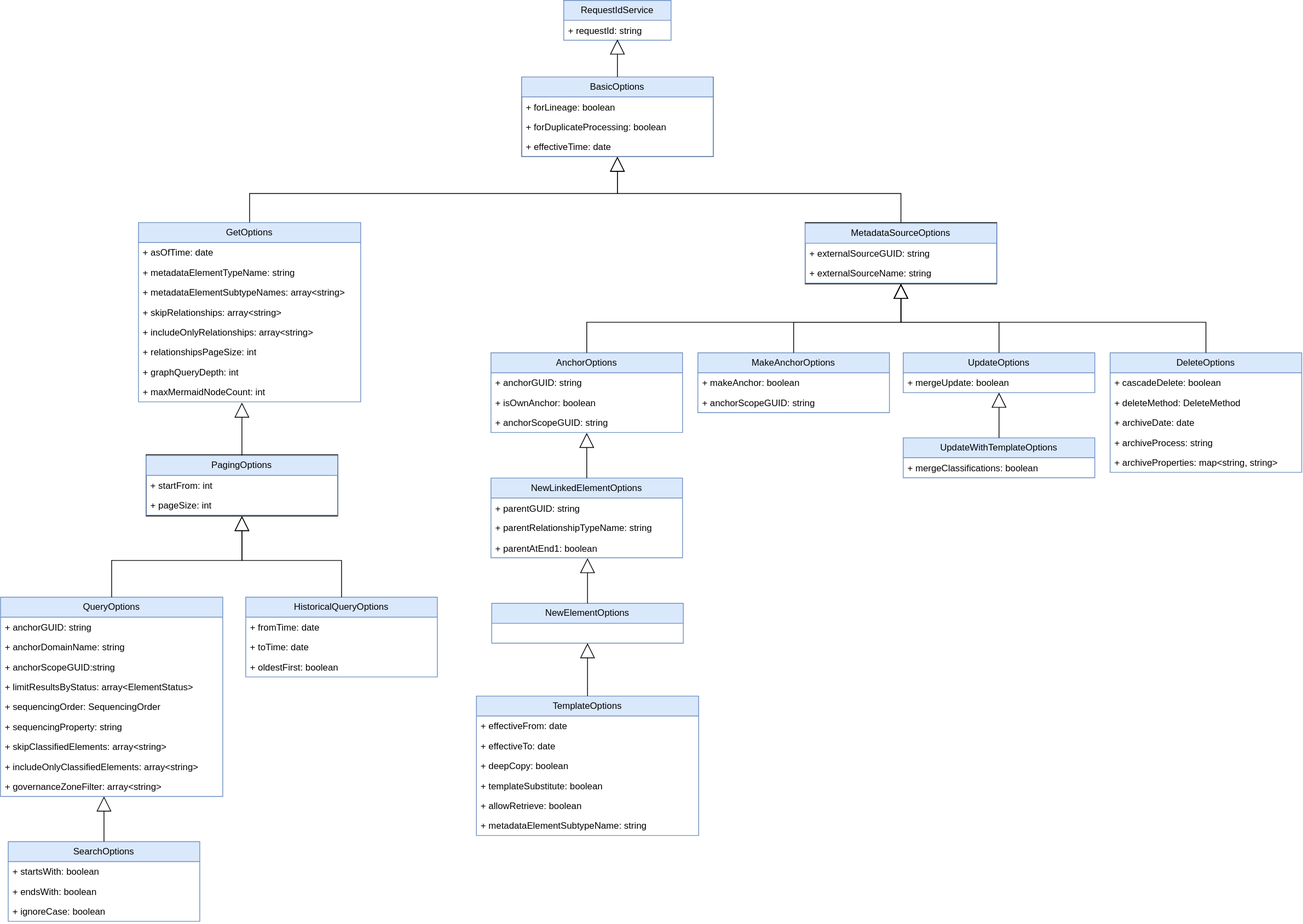
The draw.io diagram site/docs/services/omvs/api-options.svg in odpi/egeria-docs, before a commit. Source tidied: cells renumbered, new cells last; positions are measured from the earlier drawing's top-left corner, leaving out a move shared by most shapes.
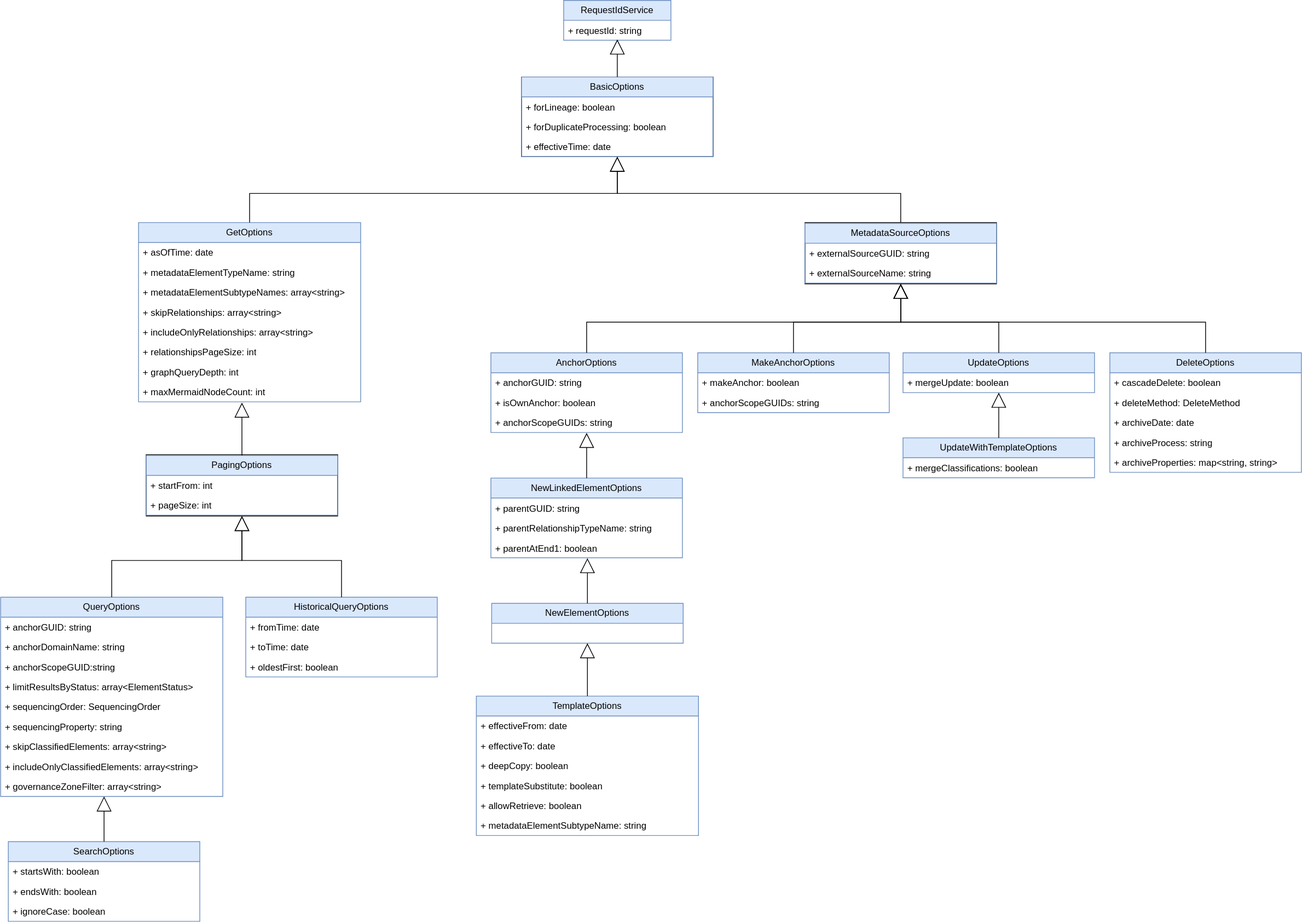
Later version of the same file.

Change to the diagram source:
```diff
@@ -38,7 +38,7 @@
     <mxCell id="13" value="+ isOwnAnchor: boolean" style="text;strokeColor=none;fillColor=none;align=left;verticalAlign=top;spacingLeft=4;spacingRight=4;overflow=hidden;whiteSpace=wrap;html=1;" parent="11" vertex="1">
       <mxGeometry y="52" width="250" height="26" as="geometry" />
     </mxCell>
-    <mxCell id="14" value="+ anchorScopeGUID: string" style="text;strokeColor=none;fillColor=none;align=left;verticalAlign=top;spacingLeft=4;spacingRight=4;overflow=hidden;whiteSpace=wrap;html=1;" parent="11" vertex="1">
+    <mxCell id="14" value="+ anchorScopeGUIDs: string" style="text;strokeColor=none;fillColor=none;align=left;verticalAlign=top;spacingLeft=4;spacingRight=4;overflow=hidden;whiteSpace=wrap;html=1;" parent="11" vertex="1">
       <mxGeometry y="78" width="250" height="26" as="geometry" />
     </mxCell>
     <mxCell id="15" style="edgeStyle=orthogonalEdgeStyle;rounded=0;jettySize=auto;html=1;entryX=0.5;entryY=1;entryDx=0;entryDy=0;endArrow=block;endFill=0;endSize=17;exitX=0.5;exitY=0;exitDx=0;exitDy=0;" parent="1" edge="1" source="11" target="79">
@@ -116,7 +116,7 @@
     <mxCell id="39" value="+ makeAnchor: boolean" style="text;strokeColor=none;fillColor=none;align=left;verticalAlign=top;spacingLeft=4;spacingRight=4;overflow=hidden;whiteSpace=wrap;html=1;" parent="38" vertex="1">
       <mxGeometry y="26" width="250" height="26" as="geometry" />
     </mxCell>
-    <mxCell id="40" value="+ anchorScopeGUID: string" style="text;strokeColor=none;fillColor=none;align=left;verticalAlign=top;spacingLeft=4;spacingRight=4;overflow=hidden;whiteSpace=wrap;html=1;" parent="38" vertex="1">
+    <mxCell id="40" value="+ anchorScopeGUIDs: string" style="text;strokeColor=none;fillColor=none;align=left;verticalAlign=top;spacingLeft=4;spacingRight=4;overflow=hidden;whiteSpace=wrap;html=1;" parent="38" vertex="1">
       <mxGeometry y="52" width="250" height="26" as="geometry" />
     </mxCell>
     <mxCell id="41" style="edgeStyle=orthogonalEdgeStyle;rounded=0;jettySize=auto;html=1;endArrow=block;endFill=0;endSize=17;exitX=0.5;exitY=0;exitDx=0;exitDy=0;entryX=0.5;entryY=1;entryDx=0;entryDy=0;" parent="1" edge="1" source="38" target="79">
```
